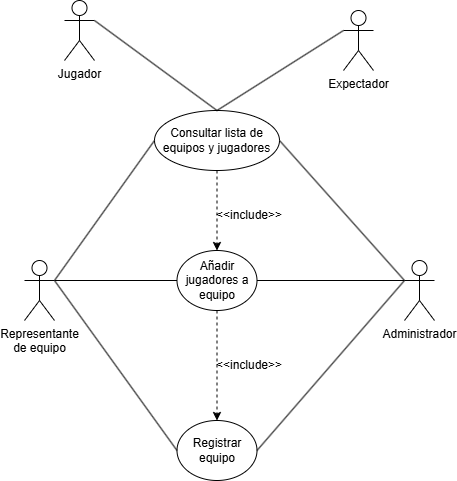
Earlier version of the draw.io export diagrams/casos-uso.png (PabloTeranRueda/torneo-esports-uml). Source tidied: cells renumbered, new cells last; positions are measured from the earlier drawing's top-left corner, leaving out a move shared by most shapes.
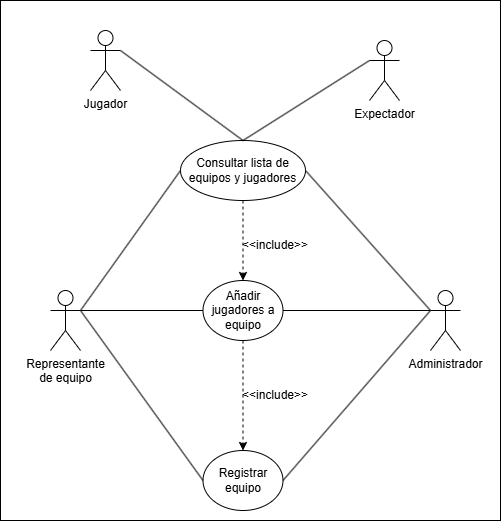
Later version of the same file.

Commit message:
fix: updated diagrams with white background

Change to the diagram source:
```diff
@@ -2,6 +2,9 @@
   <root>
     <mxCell id="0" />
     <mxCell id="1" parent="0" />
+    <mxCell id="21" style="rounded=0;whiteSpace=wrap;html=1;" parent="1" vertex="1">
+      <mxGeometry x="-50" y="-30" width="500" height="520" as="geometry" />
+    </mxCell>
     <mxCell id="2" value="Representante&lt;div&gt;de equipo&lt;/div&gt;" style="shape=umlActor;verticalLabelPosition=bottom;verticalAlign=top;html=1;outlineConnect=0;align=center;" parent="1" vertex="1">
       <mxGeometry y="260" width="30" height="60" as="geometry" />
     </mxCell>
```
